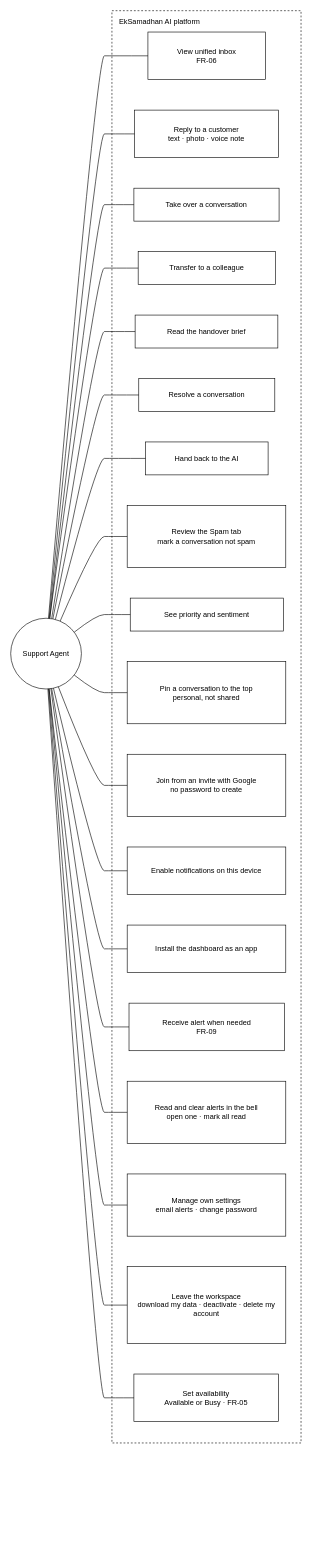
Above: docs/system-design/draw.io/use-case/use-case-support-agent.drawio in SayubShakya/eksamadhan-ai (draw.io), before the change. Source tidied: cells renumbered, new cells numbered last; positions are measured from the earlier drawing's top-left corner, leaving out a move shared by most shapes. Both pictures are drawn from the tidied source at 61%, with x=0, y=0 at pixel (10, 10).
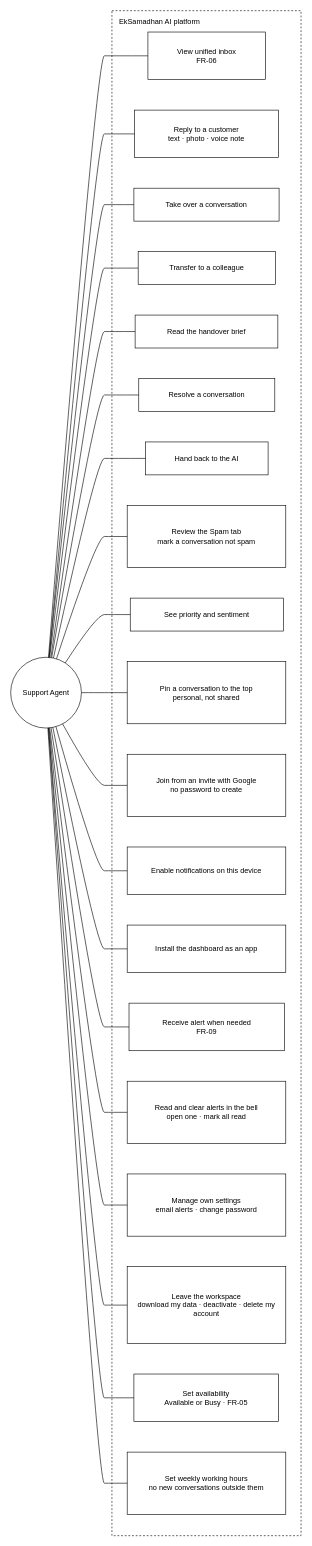
The same page after the edit.

The change refers to these unchanged cells:
```xml
<mxCell id="6" value="Take over a conversation" style="rounded=0;whiteSpace=wrap;html=1;" parent="2" vertex="1">
  <mxGeometry x="36" y="291" width="238" height="54" as="geometry" />
</mxCell>
<mxCell id="8" value="Read the handover brief" style="rounded=0;whiteSpace=wrap;html=1;" parent="2" vertex="1">
  <mxGeometry x="38" y="499" width="234" height="54" as="geometry" />
</mxCell>
<mxCell id="9" value="Resolve a conversation" style="rounded=0;whiteSpace=wrap;html=1;" parent="2" vertex="1">
  <mxGeometry x="44" y="603" width="223" height="54" as="geometry" />
</mxCell>
<mxCell id="10" value="Hand back to the AI" style="rounded=0;whiteSpace=wrap;html=1;" parent="2" vertex="1">
  <mxGeometry x="55" y="707" width="201" height="54" as="geometry" />
</mxCell>
<mxCell id="11" value="Review the Spam tab&lt;br/&gt;mark a conversation not spam" style="rounded=0;whiteSpace=wrap;html=1;" parent="2" vertex="1">
  <mxGeometry x="25" y="811" width="260" height="102" as="geometry" />
</mxCell>
<mxCell id="12" value="See priority and sentiment" style="rounded=0;whiteSpace=wrap;html=1;" parent="2" vertex="1">
  <mxGeometry x="30" y="963" width="251" height="54" as="geometry" />
</mxCell>
<mxCell id="13" value="Pin a conversation to the top&lt;br/&gt;personal, not shared" style="rounded=0;whiteSpace=wrap;html=1;" parent="2" vertex="1">
  <mxGeometry x="25" y="1067" width="260" height="102" as="geometry" />
</mxCell>
<mxCell id="14" value="Join from an invite with Google&lt;br/&gt;no password to create" style="rounded=0;whiteSpace=wrap;html=1;" parent="2" vertex="1">
  <mxGeometry x="25" y="1219" width="260" height="102" as="geometry" />
</mxCell>
<mxCell id="15" value="Enable notifications on this device" style="rounded=0;whiteSpace=wrap;html=1;" parent="2" vertex="1">
  <mxGeometry x="25" y="1371" width="260" height="78" as="geometry" />
</mxCell>
<mxCell id="16" value="Install the dashboard as an app" style="rounded=0;whiteSpace=wrap;html=1;" parent="2" vertex="1">
  <mxGeometry x="25" y="1499" width="260" height="78" as="geometry" />
</mxCell>
<mxCell id="17" value="Receive alert when needed&lt;br/&gt;FR-09" style="rounded=0;whiteSpace=wrap;html=1;" parent="2" vertex="1">
  <mxGeometry x="28" y="1627" width="255" height="78" as="geometry" />
</mxCell>
<mxCell id="18" value="Read and clear alerts in the bell&lt;br/&gt;open one · mark all read" style="rounded=0;whiteSpace=wrap;html=1;" parent="2" vertex="1">
  <mxGeometry x="25" y="1755" width="260" height="102" as="geometry" />
</mxCell>
<mxCell id="21" value="Set availability&lt;br/&gt;Available or Busy · FR-05" style="rounded=0;whiteSpace=wrap;html=1;" parent="2" vertex="1">
  <mxGeometry x="36" y="2235" width="237" height="78" as="geometry" />
</mxCell>
```

Diff of the diagram source:
```diff
@@
     <mxCell id="2" value="EkSamadhan AI platform" style="rounded=0;whiteSpace=wrap;html=1;dashed=1;fillColor=none;verticalAlign=top;align=left;spacingLeft=10;spacingTop=4;" parent="1" vertex="1">
-      <mxGeometry x="166" width="310" height="2348" as="geometry" />
+      <mxGeometry x="166" width="310" height="2500" as="geometry" />
     </mxCell>
     <mxCell id="3" value="Support Agent" style="ellipse;whiteSpace=wrap;html=1;" parent="1" vertex="1">
-      <mxGeometry y="996" width="116" height="116" as="geometry" />
+      <mxGeometry y="1060" width="116" height="116" as="geometry" />
     </mxCell>
@@
+    <mxCell id="40" value="Set weekly working hours&lt;br/&gt;no new conversations outside them" style="rounded=0;whiteSpace=wrap;html=1;" parent="2" vertex="1">
+      <mxGeometry x="25" y="2363" width="260" height="102" as="geometry" />
+    </mxCell>
@@
-    <mxCell id="24" style="edgeStyle=none;curved=1;html=1;endArrow=none;exitX=0.56;exitY=0.00;exitDx=0;exitDy=0;entryX=0.00;entryY=0.50;entryDx=0;entryDy=0;" parent="1" edge="1" source="3" target="6">
+    <mxCell id="24" style="edgeStyle=none;curved=1;html=1;endArrow=none;exitX=0.55;exitY=0.00;exitDx=0;exitDy=0;entryX=0.00;entryY=0.50;entryDx=0;entryDy=0;" parent="1" edge="1" source="3" target="6">
       <mxGeometry relative="1" as="geometry">
         <Array as="points">
           <mxPoint x="141" y="318" />
           <mxPoint x="166" y="318" />
         </Array>
       </mxGeometry>
     </mxCell>
@@
-    <mxCell id="26" style="edgeStyle=none;curved=1;html=1;endArrow=none;exitX=0.58;exitY=0.01;exitDx=0;exitDy=0;entryX=0.00;entryY=0.50;entryDx=0;entryDy=0;" parent="1" edge="1" source="3" target="8">
+    <mxCell id="26" style="edgeStyle=none;curved=1;html=1;endArrow=none;exitX=0.57;exitY=0.00;exitDx=0;exitDy=0;entryX=0.00;entryY=0.50;entryDx=0;entryDy=0;" parent="1" edge="1" source="3" target="8">
       <mxGeometry relative="1" as="geometry">
         <Array as="points">
           <mxPoint x="141" y="526" />
           <mxPoint x="166" y="526" />
         </Array>
       </mxGeometry>
     </mxCell>
-    <mxCell id="27" style="edgeStyle=none;curved=1;html=1;endArrow=none;exitX=0.60;exitY=0.01;exitDx=0;exitDy=0;entryX=0.00;entryY=0.50;entryDx=0;entryDy=0;" parent="1" edge="1" source="3" target="9">
+    <mxCell id="27" style="edgeStyle=none;curved=1;html=1;endArrow=none;exitX=0.58;exitY=0.01;exitDx=0;exitDy=0;entryX=0.00;entryY=0.50;entryDx=0;entryDy=0;" parent="1" edge="1" source="3" target="9">
       <mxGeometry relative="1" as="geometry">
         <Array as="points">
           <mxPoint x="141" y="630" />
           <mxPoint x="166" y="630" />
         </Array>
       </mxGeometry>
     </mxCell>
-    <mxCell id="28" style="edgeStyle=none;curved=1;html=1;endArrow=none;exitX=0.63;exitY=0.02;exitDx=0;exitDy=0;entryX=0.00;entryY=0.50;entryDx=0;entryDy=0;" parent="1" edge="1" source="3" target="10">
+    <mxCell id="28" style="edgeStyle=none;curved=1;html=1;endArrow=none;exitX=0.61;exitY=0.01;exitDx=0;exitDy=0;entryX=0.00;entryY=0.50;entryDx=0;entryDy=0;" parent="1" edge="1" source="3" target="10">
       <mxGeometry relative="1" as="geometry">
         <Array as="points">
           <mxPoint x="141" y="734" />
           <mxPoint x="166" y="734" />
         </Array>
       </mxGeometry>
     </mxCell>
-    <mxCell id="29" style="edgeStyle=none;curved=1;html=1;endArrow=none;exitX=0.70;exitY=0.04;exitDx=0;exitDy=0;entryX=0.00;entryY=0.50;entryDx=0;entryDy=0;" parent="1" edge="1" source="3" target="11">
+    <mxCell id="29" style="edgeStyle=none;curved=1;html=1;endArrow=none;exitX=0.65;exitY=0.02;exitDx=0;exitDy=0;entryX=0.00;entryY=0.50;entryDx=0;entryDy=0;" parent="1" edge="1" source="3" target="11">
       <mxGeometry relative="1" as="geometry">
         <Array as="points">
           <mxPoint x="141" y="862" />
           <mxPoint x="166" y="862" />
         </Array>
       </mxGeometry>
     </mxCell>
-    <mxCell id="30" style="edgeStyle=none;curved=1;html=1;endArrow=none;exitX=0.90;exitY=0.19;exitDx=0;exitDy=0;entryX=0.00;entryY=0.50;entryDx=0;entryDy=0;" parent="1" edge="1" source="3" target="12">
+    <mxCell id="30" style="edgeStyle=none;curved=1;html=1;endArrow=none;exitX=0.77;exitY=0.08;exitDx=0;exitDy=0;entryX=0.00;entryY=0.50;entryDx=0;entryDy=0;" parent="1" edge="1" source="3" target="12">
       <mxGeometry relative="1" as="geometry">
         <Array as="points">
           <mxPoint x="141" y="990" />
           <mxPoint x="166" y="990" />
         </Array>
       </mxGeometry>
     </mxCell>
-    <mxCell id="31" style="edgeStyle=none;curved=1;html=1;endArrow=none;exitX=0.68;exitY=0.97;exitDx=0;exitDy=0;entryX=0.00;entryY=0.50;entryDx=0;entryDy=0;" parent="1" edge="1" source="3" target="14">
+    <mxCell id="31" style="edgeStyle=none;curved=1;html=1;endArrow=none;exitX=0.74;exitY=0.94;exitDx=0;exitDy=0;entryX=0.00;entryY=0.50;entryDx=0;entryDy=0;" parent="1" edge="1" source="3" target="14">
       <mxGeometry relative="1" as="geometry">
         <Array as="points">
           <mxPoint x="141" y="1270" />
           <mxPoint x="166" y="1270" />
         </Array>
       </mxGeometry>
     </mxCell>
-    <mxCell id="32" style="edgeStyle=none;curved=1;html=1;endArrow=none;exitX=0.61;exitY=0.99;exitDx=0;exitDy=0;entryX=0.00;entryY=0.50;entryDx=0;entryDy=0;" parent="1" edge="1" source="3" target="15">
+    <mxCell id="32" style="edgeStyle=none;curved=1;html=1;endArrow=none;exitX=0.64;exitY=0.98;exitDx=0;exitDy=0;entryX=0.00;entryY=0.50;entryDx=0;entryDy=0;" parent="1" edge="1" source="3" target="15">
       <mxGeometry relative="1" as="geometry">
         <Array as="points">
           <mxPoint x="141" y="1410" />
           <mxPoint x="166" y="1410" />
         </Array>
       </mxGeometry>
     </mxCell>
-    <mxCell id="33" style="edgeStyle=none;curved=1;html=1;endArrow=none;exitX=0.58;exitY=0.99;exitDx=0;exitDy=0;entryX=0.00;entryY=0.50;entryDx=0;entryDy=0;" parent="1" edge="1" source="3" target="16">
+    <mxCell id="33" style="edgeStyle=none;curved=1;html=1;endArrow=none;exitX=0.60;exitY=0.99;exitDx=0;exitDy=0;entryX=0.00;entryY=0.50;entryDx=0;entryDy=0;" parent="1" edge="1" source="3" target="16">
       <mxGeometry relative="1" as="geometry">
         <Array as="points">
           <mxPoint x="141" y="1538" />
           <mxPoint x="166" y="1538" />
         </Array>
       </mxGeometry>
     </mxCell>
-    <mxCell id="34" style="edgeStyle=none;curved=1;html=1;endArrow=none;exitX=0.57;exitY=1.00;exitDx=0;exitDy=0;entryX=0.00;entryY=0.50;entryDx=0;entryDy=0;" parent="1" edge="1" source="3" target="17">
+    <mxCell id="34" style="edgeStyle=none;curved=1;html=1;endArrow=none;exitX=0.57;exitY=0.99;exitDx=0;exitDy=0;entryX=0.00;entryY=0.50;entryDx=0;entryDy=0;" parent="1" edge="1" source="3" target="17">
       <mxGeometry relative="1" as="geometry">
         <Array as="points">
           <mxPoint x="141" y="1666" />
           <mxPoint x="166" y="1666" />
         </Array>
       </mxGeometry>
     </mxCell>
-    <mxCell id="35" style="edgeStyle=none;curved=1;html=1;endArrow=none;exitX=0.55;exitY=1.00;exitDx=0;exitDy=0;entryX=0.00;entryY=0.50;entryDx=0;entryDy=0;" parent="1" edge="1" source="3" target="18">
+    <mxCell id="35" style="edgeStyle=none;curved=1;html=1;endArrow=none;exitX=0.56;exitY=1.00;exitDx=0;exitDy=0;entryX=0.00;entryY=0.50;entryDx=0;entryDy=0;" parent="1" edge="1" source="3" target="18">
       <mxGeometry relative="1" as="geometry">
         <Array as="points">
           <mxPoint x="141" y="1806" />
           <mxPoint x="166" y="1806" />
         </Array>
       </mxGeometry>
     </mxCell>
@@
-    <mxCell id="38" style="edgeStyle=none;curved=1;html=1;endArrow=none;exitX=0.90;exitY=0.81;exitDx=0;exitDy=0;entryX=0.00;entryY=0.50;entryDx=0;entryDy=0;" parent="1" edge="1" source="3" target="13">
+    <mxCell id="38" style="edgeStyle=none;curved=1;html=1;endArrow=none;exitX=1.00;exitY=0.50;exitDx=0;exitDy=0;entryX=0.00;entryY=0.50;entryDx=0;entryDy=0;" parent="1" edge="1" source="3" target="13">
       <mxGeometry relative="1" as="geometry">
         <Array as="points">
           <mxPoint x="141" y="1118" />
           <mxPoint x="166" y="1118" />
         </Array>
       </mxGeometry>
     </mxCell>
-    <mxCell id="39" style="edgeStyle=none;curved=1;html=1;endArrow=none;exitX=0.53;exitY=1.00;exitDx=0;exitDy=0;entryX=0.00;entryY=0.50;entryDx=0;entryDy=0;" parent="1" edge="1" source="3" target="21">
+    <mxCell id="39" style="edgeStyle=none;curved=1;html=1;endArrow=none;exitX=0.53;exitY=1.00;exitDx=0;exitDy=0;entryX=0.00;entryY=0.50;entryDx=0;entryDy=0;" parent="1" edge="1" source="3" target="40">
       <mxGeometry relative="1" as="geometry">
         <Array as="points">
-          <mxPoint x="141" y="2274" />
-          <mxPoint x="166" y="2274" />
+          <mxPoint x="141" y="2414" />
+          <mxPoint x="166" y="2414" />
         </Array>
       </mxGeometry>
     </mxCell>
+    <mxCell id="41" style="edgeStyle=none;curved=1;html=1;endArrow=none;exitX=0.54;exitY=1.00;exitDx=0;exitDy=0;entryX=0.00;entryY=0.50;entryDx=0;entryDy=0;" parent="1" edge="1" source="3" target="21">
+      <mxGeometry relative="1" as="geometry">
+        <Array as="points">
+          <mxPoint x="141" y="2274" />
+          <mxPoint x="166" y="2274" />
+        </Array>
+      </mxGeometry>
+    </mxCell>
```
